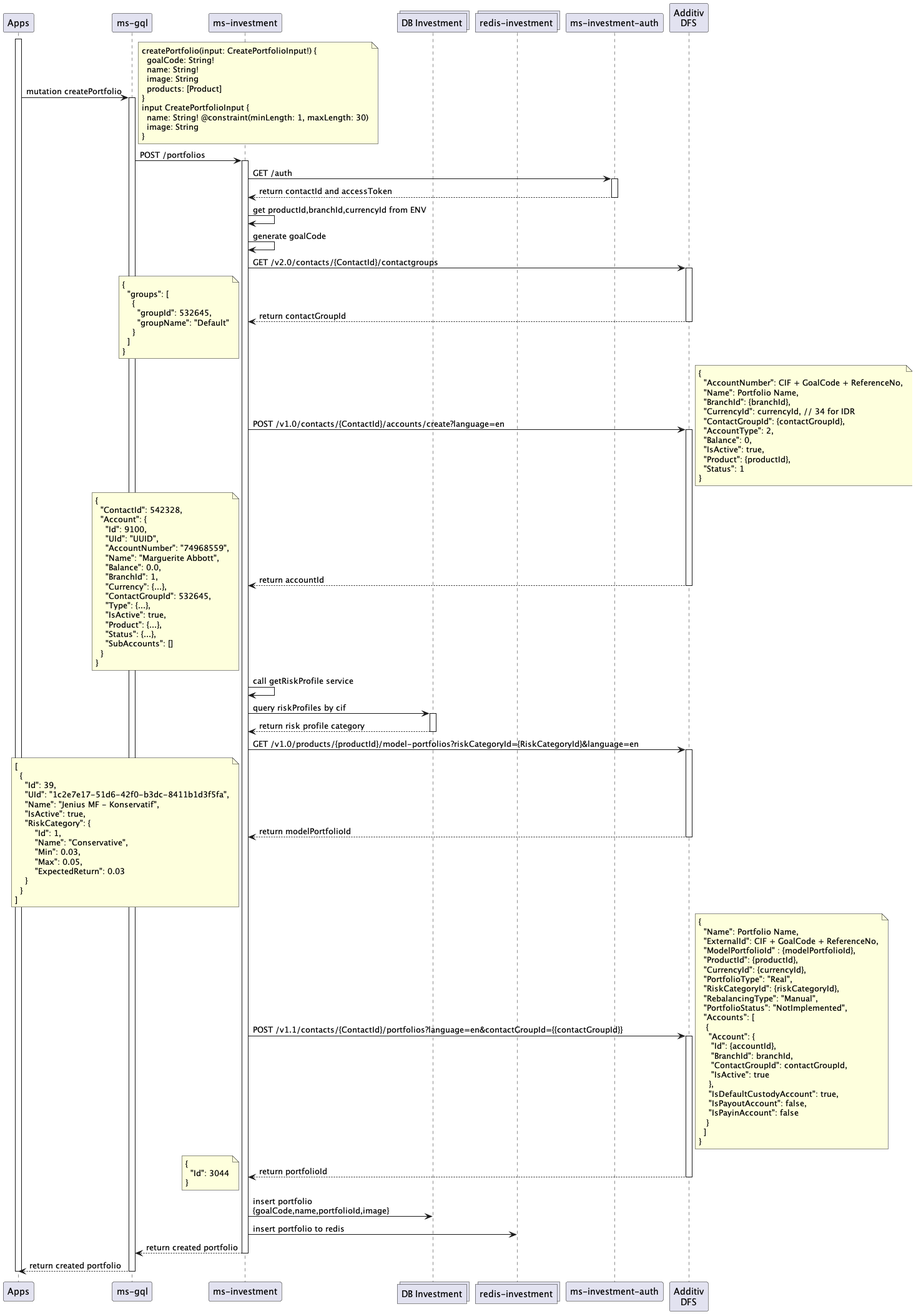
iksena/jenius-uml keeps this PlantUML diagram as out/jeniusDfs/jenius_createPortfolio/create portfolio.png. Above is the earlier version. The source it was exported from:
```plantuml
@startuml create portfolio
participant "Apps" as app
participant "ms-gql" as gql
participant "ms-investment" as ms
collections "DB Investment" as db
collections "redis-investment" as redis
participant "ms-investment-auth" as auth
participant "Additiv\nDFS" as dfs

activate app
app -> gql: mutation createPortfolio
note right
createPortfolio(input: CreatePortfolioInput!) {
  goalCode: String!
  name: String!
  image: String
  products: [Product]
}
input CreatePortfolioInput {
  name: String! @constraint(minLength: 1, maxLength: 30)
  image: String
}
end note
activate gql
gql -> ms: POST /portfolios
activate ms
ms -> auth: GET /auth
activate auth
auth --> ms: return contactId and accessToken
deactivate auth
ms -> ms: get productId,branchId,currencyId from ENV
ms -> ms: generate goalCode
ms -> dfs: GET /v2.0/contacts/{ContactId}/contactgroups
activate dfs
dfs --> ms: return contactGroupId
note left
{
  "groups": [
    {
      "groupId": 532645,
      "groupName": "Default"
    }
  ]
}
end note
deactivate dfs
ms -> dfs: POST /v1.0/contacts/{ContactId}/accounts/create?language=en
note right
{
  "AccountNumber": CIF + GoalCode + ReferenceNo,
  "Name": Portfolio Name,
  "BranchId": {branchId},
  "CurrencyId": currencyId, // 34 for IDR
  "ContactGroupId": {contactGroupId},
  "AccountType": 2,
  "Balance": 0,
  "IsActive": true,
  "Product": {productId},
  "Status": 1
}
end note
activate dfs
dfs --> ms: return accountId
note left
{
  "ContactId": 542328,
  "Account": {
    "Id": 9100,
    "UId": "UUID",
    "AccountNumber": "74968559",
    "Name": "Marguerite Abbott",
    "Balance": 0.0,
    "BranchId": 1,
    "Currency": {...},
    "ContactGroupId": 532645,
    "Type": {...},
    "IsActive": true,
    "Product": {...},
    "Status": {...},
    "SubAccounts": []
  }
}
end note
deactivate dfs
ms -> ms: call getRiskProfile service
ms -> db: query riskProfiles by cif
activate db
db --> ms: return risk profile category
deactivate db
ms -> dfs: GET /v1.0/products/{productId}/model-portfolios?riskCategoryId={RiskCategoryId}&language=en
activate dfs
dfs --> ms: return modelPortfolioId
note left
[
  {
    "Id": 39,
    "UId": "1c2e7e17-51d6-42f0-b3dc-8411b1d3f5fa",
    "Name": "Jenius MF - Konservatif",
    "IsActive": true,
    "RiskCategory": {
        "Id": 1,
        "Name": "Conservative",
        "Min": 0.03,
        "Max": 0.05,
        "ExpectedReturn": 0.03
    }
  }
]
end note
deactivate dfs
ms -> dfs: POST /v1.1/contacts/{ContactId}/portfolios?language=en&contactGroupId={{contactGroupId}}
activate dfs
note right
{
  "Name": Portfolio Name,
  "ExternalId": CIF + GoalCode + ReferenceNo,
  "ModelPortfolioId" : {modelPortfolioId},
  "ProductId": {productId},
  "CurrencyId": {currencyId},
  "PortfolioType": "Real",
  "RiskCategoryId": {riskCategoryId},
  "RebalancingType": "Manual",
  "PortfolioStatus": "NotImplemented",
  "Accounts": [
   {
    "Account": {
     "Id": {accountId},
     "BranchId": branchId,
     "ContactGroupId": contactGroupId,
     "IsActive": true
    },
    "IsDefaultCustodyAccount": true,
    "IsPayoutAccount": false,
    "IsPayinAccount": false
   }
  ]
}
end note
dfs --> ms: return portfolioId
note left
{
  "Id": 3044
}
end note
deactivate dfs
ms -> db: insert portfolio\n{goalCode,name,portfolioId,image}
ms -> redis: insert portfolio to redis
ms --> gql: return created portfolio
deactivate ms
gql --> app: return created portfolio
deactivate gql
deactivate app
@enduml
```
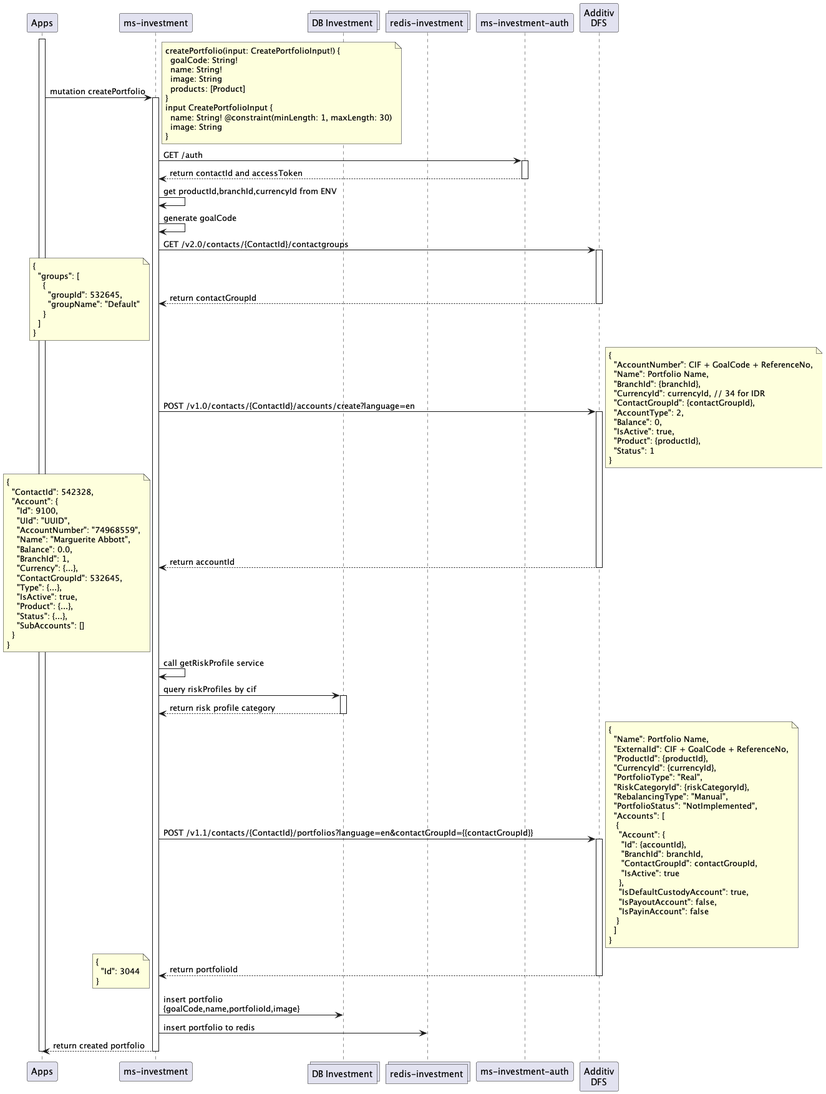
Later version of the same file.

The edit, as a diff of the source:
```diff
@@ -1,6 +1,5 @@
 @startuml create portfolio
 participant "Apps" as app
-participant "ms-gql" as gql
 participant "ms-investment" as ms
 collections "DB Investment" as db
 collections "redis-investment" as redis
@@ -8,7 +7,7 @@
 participant "Additiv\nDFS" as dfs
 
 activate app
-app -> gql: mutation createPortfolio
+app -> ms: mutation createPortfolio
 note right
 createPortfolio(input: CreatePortfolioInput!) {
   goalCode: String!
@@ -21,8 +20,6 @@
   image: String
 }
 end note
-activate gql
-gql -> ms: POST /portfolios
 activate ms
 ms -> auth: GET /auth
 activate auth
@@ -87,34 +84,12 @@
 activate db
 db --> ms: return risk profile category
 deactivate db
-ms -> dfs: GET /v1.0/products/{productId}/model-portfolios?riskCategoryId={RiskCategoryId}&language=en
-activate dfs
-dfs --> ms: return modelPortfolioId
-note left
-[
-  {
-    "Id": 39,
-    "UId": "1c2e7e17-51d6-42f0-b3dc-8411b1d3f5fa",
-    "Name": "Jenius MF - Konservatif",
-    "IsActive": true,
-    "RiskCategory": {
-        "Id": 1,
-        "Name": "Conservative",
-        "Min": 0.03,
-        "Max": 0.05,
-        "ExpectedReturn": 0.03
-    }
-  }
-]
-end note
-deactivate dfs
 ms -> dfs: POST /v1.1/contacts/{ContactId}/portfolios?language=en&contactGroupId={{contactGroupId}}
 activate dfs
 note right
 {
   "Name": Portfolio Name,
   "ExternalId": CIF + GoalCode + ReferenceNo,
-  "ModelPortfolioId" : {modelPortfolioId},
   "ProductId": {productId},
   "CurrencyId": {currencyId},
   "PortfolioType": "Real",
@@ -145,9 +120,7 @@
 deactivate dfs
 ms -> db: insert portfolio\n{goalCode,name,portfolioId,image}
 ms -> redis: insert portfolio to redis
-ms --> gql: return created portfolio
+ms --> app: return created portfolio
 deactivate ms
-gql --> app: return created portfolio
-deactivate gql
 deactivate app
 @enduml
```
